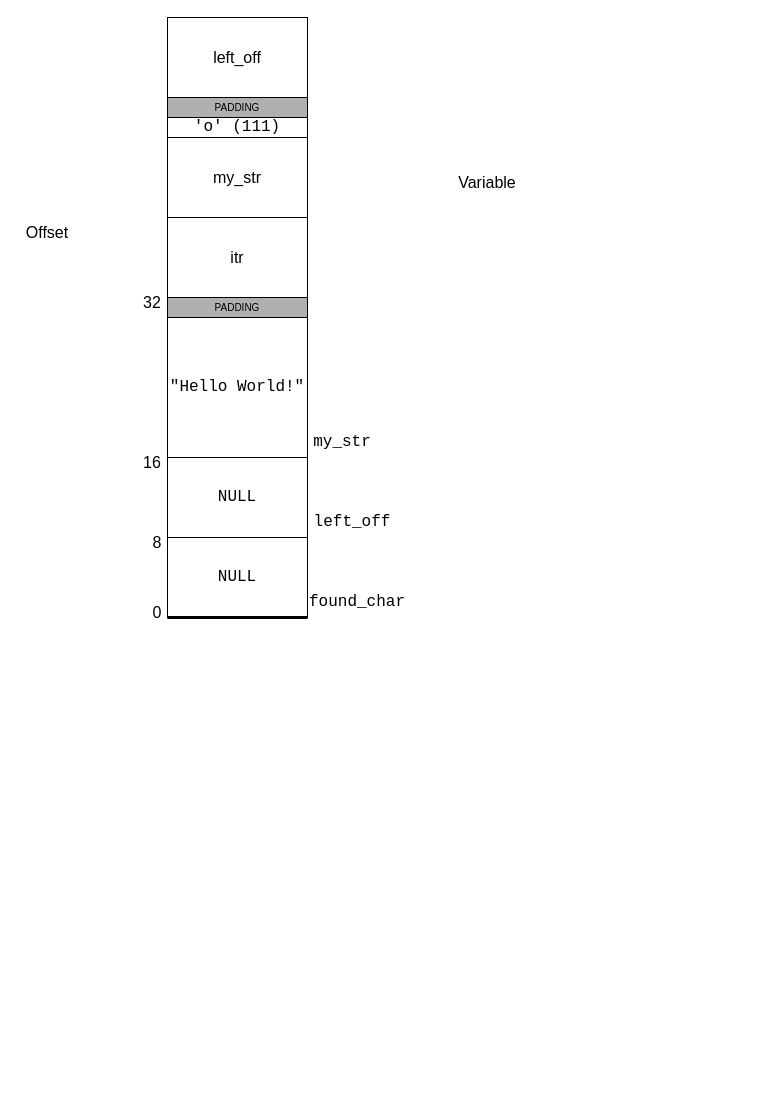
z-adams/Tutorials keeps this draw.io diagram as Pointers/diagrams/fullstack.drawio. Above is the earlier version. Source tidied: cells renumbered, new cells numbered last; positions are measured from the earlier drawing's top-left corner, leaving out a move shared by most shapes. Both pictures are drawn from the tidied source at 100%, with x=0, y=0 at pixel (17, 17).
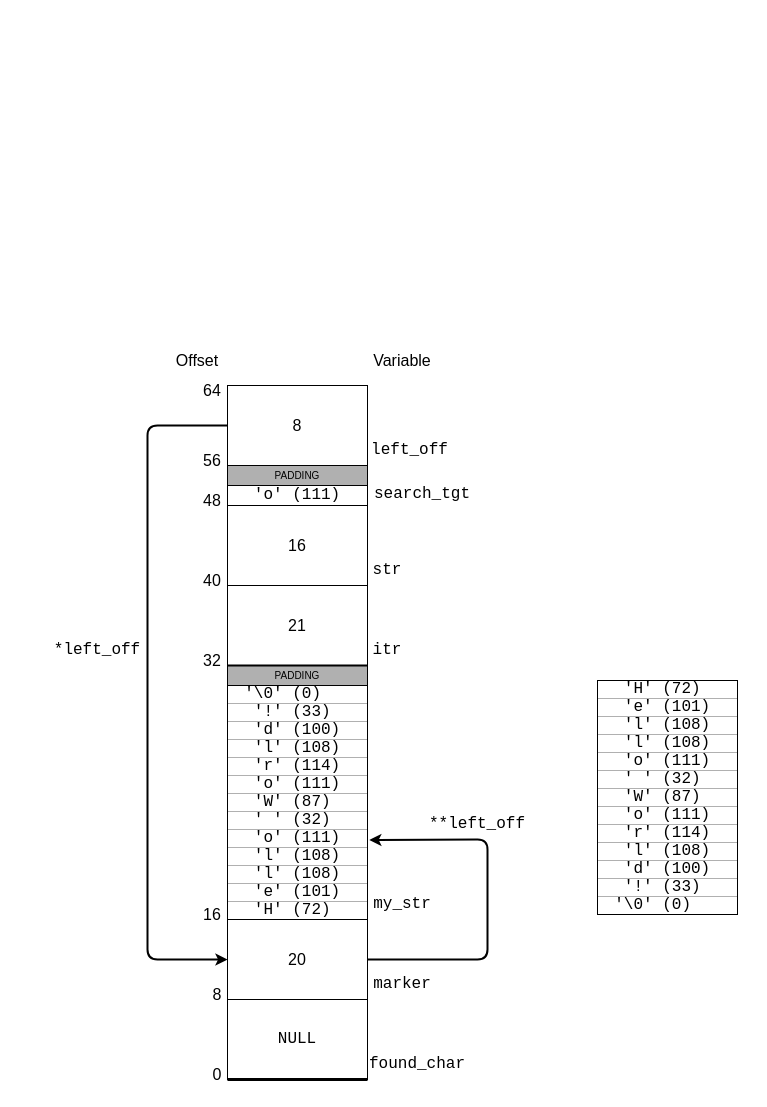
The same diagram, later.

Commit message (it also covers changes not shown here):
Added stack diagrams

The edit, as a diff of the source:
```diff
@@
     <mxCell id="2" value="&lt;pre&gt;NULL&lt;/pre&gt;" style="rounded=0;whiteSpace=wrap;html=1;fontSize=16;" parent="1" vertex="1">
-      <mxGeometry x="150" y="520" width="140" height="80" as="geometry" />
+      <mxGeometry x="210" y="982" width="140" height="80" as="geometry" />
     </mxCell>
-    <mxCell id="3" value="&lt;pre&gt;NULL&lt;/pre&gt;" style="rounded=0;whiteSpace=wrap;html=1;fontSize=16;" parent="1" vertex="1">
-      <mxGeometry x="150" y="440" width="140" height="80" as="geometry" />
+    <mxCell id="3" value="20" style="rounded=0;whiteSpace=wrap;html=1;fontSize=16;" parent="1" vertex="1">
+      <mxGeometry x="210" y="902" width="140" height="80" as="geometry" />
     </mxCell>
-    <mxCell id="4" value="&lt;pre&gt;&quot;Hello World!&quot;&lt;/pre&gt;" style="rounded=0;whiteSpace=wrap;html=1;fontSize=16;" parent="1" vertex="1">
-      <mxGeometry x="150" y="300" width="140" height="140" as="geometry" />
-    </mxCell>
     <mxCell id="5" value="PADDING" style="rounded=0;whiteSpace=wrap;html=1;fillColor=#B0B0B0;fontSize=10;" parent="1" vertex="1">
-      <mxGeometry x="150" y="280" width="140" height="20" as="geometry" />
+      <mxGeometry x="210" y="648" width="140" height="20" as="geometry" />
     </mxCell>
     <mxCell id="6" value="Offset" style="text;html=1;strokeColor=none;fillColor=none;align=center;verticalAlign=middle;whiteSpace=wrap;rounded=0;fontSize=16;" parent="1" vertex="1">
-      <mxGeometry y="200" width="60" height="30" as="geometry" />
+      <mxGeometry x="150" y="328" width="60" height="30" as="geometry" />
     </mxCell>
     <mxCell id="7" value="0" style="text;html=1;strokeColor=none;fillColor=none;align=center;verticalAlign=middle;whiteSpace=wrap;rounded=0;fontSize=16;" parent="1" vertex="1">
-      <mxGeometry x="130" y="580" width="20" height="30" as="geometry" />
+      <mxGeometry x="190" y="1042" width="20" height="30" as="geometry" />
     </mxCell>
     <mxCell id="8" value="8" style="text;html=1;strokeColor=none;fillColor=none;align=center;verticalAlign=middle;whiteSpace=wrap;rounded=0;fontSize=16;" parent="1" vertex="1">
-      <mxGeometry x="130" y="510" width="20" height="30" as="geometry" />
+      <mxGeometry x="190" y="962" width="20" height="30" as="geometry" />
     </mxCell>
     <mxCell id="9" value="16" style="text;html=1;strokeColor=none;fillColor=none;align=center;verticalAlign=middle;whiteSpace=wrap;rounded=0;fontSize=16;" parent="1" vertex="1">
-      <mxGeometry x="120" y="430" width="30" height="30" as="geometry" />
+      <mxGeometry x="180" y="882" width="30" height="30" as="geometry" />
     </mxCell>
     <mxCell id="10" value="32" style="text;html=1;strokeColor=none;fillColor=none;align=center;verticalAlign=middle;whiteSpace=wrap;rounded=0;fontSize=16;" parent="1" vertex="1">
-      <mxGeometry x="120" y="270" width="30" height="30" as="geometry" />
+      <mxGeometry x="180" y="628" width="30" height="30" as="geometry" />
     </mxCell>
     <mxCell id="11" value="Variable" style="text;html=1;strokeColor=none;fillColor=none;align=center;verticalAlign=middle;whiteSpace=wrap;rounded=0;fontSize=16;" parent="1" vertex="1">
-      <mxGeometry x="435" y="150" width="70" height="30" as="geometry" />
+      <mxGeometry x="350" y="328" width="70" height="30" as="geometry" />
     </mxCell>
     <mxCell id="12" value="&lt;pre&gt;my_str&lt;/pre&gt;" style="text;html=1;strokeColor=none;fillColor=none;align=center;verticalAlign=middle;whiteSpace=wrap;rounded=0;fontSize=16;" parent="1" vertex="1">
-      <mxGeometry x="300" y="410" width="50" height="30" as="geometry" />
+      <mxGeometry x="360" y="872" width="50" height="30" as="geometry" />
     </mxCell>
-    <mxCell id="13" value="&lt;pre&gt;left_off&lt;/pre&gt;" style="text;html=1;strokeColor=none;fillColor=none;align=center;verticalAlign=middle;whiteSpace=wrap;rounded=0;fontSize=16;" parent="1" vertex="1">
-      <mxGeometry x="320" y="490" width="30" height="30" as="geometry" />
+    <mxCell id="13" value="&lt;pre&gt;marker&lt;/pre&gt;" style="text;html=1;strokeColor=none;fillColor=none;align=center;verticalAlign=middle;whiteSpace=wrap;rounded=0;fontSize=16;" parent="1" vertex="1">
+      <mxGeometry x="350" y="952" width="70" height="30" as="geometry" />
     </mxCell>
     <mxCell id="14" value="&lt;pre&gt;found_char&lt;/pre&gt;" style="text;html=1;strokeColor=none;fillColor=none;align=center;verticalAlign=middle;whiteSpace=wrap;rounded=0;fontSize=16;" parent="1" vertex="1">
-      <mxGeometry x="330" y="570" width="20" height="30" as="geometry" />
+      <mxGeometry x="390" y="1032" width="20" height="30" as="geometry" />
     </mxCell>
@@
-    <mxCell id="16" value="left_off" style="rounded=0;whiteSpace=wrap;html=1;fontSize=16;" parent="1" vertex="1">
-      <mxGeometry x="150" width="140" height="80" as="geometry" />
+    <mxCell id="16" value="8" style="rounded=0;whiteSpace=wrap;html=1;fontSize=16;fillColor=#FFFFFF;" parent="1" vertex="1">
+      <mxGeometry x="210" y="368" width="140" height="80" as="geometry" />
     </mxCell>
     <mxCell id="17" value="&lt;pre&gt;'o' (111)&lt;/pre&gt;" style="rounded=0;whiteSpace=wrap;html=1;fontSize=16;" parent="1" vertex="1">
-      <mxGeometry x="150" y="100" width="140" height="20" as="geometry" />
+      <mxGeometry x="210" y="468" width="140" height="20" as="geometry" />
     </mxCell>
-    <mxCell id="18" value="itr" style="rounded=0;whiteSpace=wrap;html=1;fontSize=16;" parent="1" vertex="1">
-      <mxGeometry x="150" y="200" width="140" height="80" as="geometry" />
+    <mxCell id="18" value="21" style="rounded=0;whiteSpace=wrap;html=1;fontSize=16;fillColor=#FFFFFF;" parent="1" vertex="1">
+      <mxGeometry x="210" y="568" width="140" height="80" as="geometry" />
     </mxCell>
-    <mxCell id="19" value="my_str" style="rounded=0;whiteSpace=wrap;html=1;fontSize=16;" parent="1" vertex="1">
-      <mxGeometry x="150" y="120" width="140" height="80" as="geometry" />
+    <mxCell id="19" value="16" style="rounded=0;whiteSpace=wrap;html=1;fontSize=16;fillColor=#FFFFFF;" parent="1" vertex="1">
+      <mxGeometry x="210" y="488" width="140" height="80" as="geometry" />
     </mxCell>
     <mxCell id="20" value="PADDING" style="rounded=0;whiteSpace=wrap;html=1;fillColor=#B0B0B0;fontSize=10;" parent="1" vertex="1">
-      <mxGeometry x="150" y="80" width="140" height="20" as="geometry" />
+      <mxGeometry x="210" y="448" width="140" height="20" as="geometry" />
     </mxCell>
+    <mxCell id="21" style="endArrow=none;html=1;strokeWidth=2;exitX=0;exitY=0;exitDx=0;exitDy=0;entryX=1;entryY=1;entryDx=0;entryDy=0;" parent="1" edge="1" source="5" target="18">
+      <mxGeometry relative="1" as="geometry" />
+    </mxCell>
+    <mxCell id="22" value="40" style="text;html=1;strokeColor=none;fillColor=none;align=center;verticalAlign=middle;whiteSpace=wrap;rounded=0;fontSize=16;" parent="1" vertex="1">
+      <mxGeometry x="180" y="548" width="30" height="30" as="geometry" />
+    </mxCell>
+    <mxCell id="23" value="48" style="text;html=1;strokeColor=none;fillColor=none;align=center;verticalAlign=middle;whiteSpace=wrap;rounded=0;fontSize=16;" parent="1" vertex="1">
+      <mxGeometry x="180" y="468" width="30" height="30" as="geometry" />
+    </mxCell>
+    <mxCell id="24" value="56" style="text;html=1;strokeColor=none;fillColor=none;align=center;verticalAlign=middle;whiteSpace=wrap;rounded=0;fontSize=16;" parent="1" vertex="1">
+      <mxGeometry x="180" y="428" width="30" height="30" as="geometry" />
+    </mxCell>
+    <mxCell id="25" value="64" style="text;html=1;strokeColor=none;fillColor=none;align=center;verticalAlign=middle;whiteSpace=wrap;rounded=0;fontSize=16;" parent="1" vertex="1">
+      <mxGeometry x="180" y="358" width="30" height="30" as="geometry" />
+    </mxCell>
+    <mxCell id="26" style="group;" parent="1" vertex="1">
+      <mxGeometry x="580" y="663" width="140" height="244" as="geometry" />
+    </mxCell>
+    <mxCell id="27" value="&lt;blockquote&gt;&lt;pre&gt;&lt;font style=&quot;font-size: 16px&quot;&gt;'H' (&lt;/font&gt;&lt;font style=&quot;font-size: 16px&quot;&gt;72) &lt;/font&gt;&lt;/pre&gt;&lt;/blockquote&gt;" style="rounded=0;whiteSpace=wrap;html=1;fontSize=16;align=center;verticalAlign=middle;strokeColor=#B0B0B0;" parent="26" vertex="1">
+      <mxGeometry width="140" height="18" as="geometry" />
+    </mxCell>
+    <mxCell id="28" value="&lt;pre&gt;&lt;font style=&quot;font-size: 16px&quot;&gt;'e' (&lt;/font&gt;&lt;font style=&quot;font-size: 16px&quot;&gt;101)&lt;/font&gt;&lt;/pre&gt;" style="rounded=0;whiteSpace=wrap;html=1;fontSize=16;align=center;strokeColor=#B0B0B0;" parent="26" vertex="1">
+      <mxGeometry y="18" width="140" height="18" as="geometry" />
+    </mxCell>
+    <mxCell id="29" value="&lt;pre&gt;&lt;font style=&quot;font-size: 16px&quot;&gt;'l' (&lt;/font&gt;&lt;font style=&quot;font-size: 16px&quot;&gt;108)&lt;/font&gt;&lt;/pre&gt;" style="rounded=0;whiteSpace=wrap;html=1;fontSize=16;align=center;strokeColor=#B0B0B0;" parent="26" vertex="1">
+      <mxGeometry y="36" width="140" height="18" as="geometry" />
+    </mxCell>
+    <mxCell id="30" value="&lt;pre&gt;&lt;font style=&quot;font-size: 16px&quot;&gt;'l' (&lt;/font&gt;&lt;font style=&quot;font-size: 16px&quot;&gt;108)&lt;/font&gt;&lt;/pre&gt;" style="rounded=0;whiteSpace=wrap;html=1;fontSize=16;align=center;strokeColor=#B0B0B0;" parent="26" vertex="1">
+      <mxGeometry y="54" width="140" height="18" as="geometry" />
+    </mxCell>
+    <mxCell id="31" value="&lt;pre&gt;&lt;font style=&quot;font-size: 16px&quot;&gt;'o' (111&lt;/font&gt;&lt;font style=&quot;font-size: 16px&quot;&gt;)&lt;/font&gt;&lt;/pre&gt;" style="rounded=0;whiteSpace=wrap;html=1;fontSize=16;align=center;strokeColor=#B0B0B0;" parent="26" vertex="1">
+      <mxGeometry y="72" width="140" height="18" as="geometry" />
+    </mxCell>
+    <mxCell id="32" value="&lt;pre&gt;&lt;font style=&quot;font-size: 16px&quot;&gt;' ' (32&lt;/font&gt;&lt;font style=&quot;font-size: 16px&quot;&gt;) &lt;/font&gt;&lt;/pre&gt;" style="rounded=0;whiteSpace=wrap;html=1;fontSize=16;align=center;strokeColor=#B0B0B0;" parent="26" vertex="1">
+      <mxGeometry y="90" width="140" height="18" as="geometry" />
+    </mxCell>
+    <mxCell id="33" value="&lt;pre&gt;&lt;font style=&quot;font-size: 16px&quot;&gt;'W' (87&lt;/font&gt;&lt;font style=&quot;font-size: 16px&quot;&gt;) &lt;/font&gt;&lt;/pre&gt;" style="rounded=0;whiteSpace=wrap;html=1;fontSize=16;align=center;strokeColor=#B0B0B0;" parent="26" vertex="1">
+      <mxGeometry y="108" width="140" height="18" as="geometry" />
+    </mxCell>
+    <mxCell id="34" value="&lt;pre&gt;&lt;font style=&quot;font-size: 16px&quot;&gt;'o' (111&lt;/font&gt;&lt;font style=&quot;font-size: 16px&quot;&gt;)&lt;/font&gt;&lt;/pre&gt;" style="rounded=0;whiteSpace=wrap;html=1;fontSize=16;align=center;strokeColor=#B0B0B0;" parent="26" vertex="1">
+      <mxGeometry y="126" width="140" height="18" as="geometry" />
+    </mxCell>
+    <mxCell id="35" value="&lt;pre&gt;&lt;font style=&quot;font-size: 16px&quot;&gt;'r' (114&lt;/font&gt;&lt;font style=&quot;font-size: 16px&quot;&gt;)&lt;/font&gt;&lt;/pre&gt;" style="rounded=0;whiteSpace=wrap;html=1;fontSize=16;align=center;strokeColor=#B0B0B0;" parent="26" vertex="1">
+      <mxGeometry y="144" width="140" height="18" as="geometry" />
+    </mxCell>
+    <mxCell id="36" value="&lt;pre&gt;&lt;font style=&quot;font-size: 16px&quot;&gt;'l' (108&lt;/font&gt;&lt;font style=&quot;font-size: 16px&quot;&gt;)&lt;/font&gt;&lt;/pre&gt;" style="rounded=0;whiteSpace=wrap;html=1;fontSize=16;align=center;strokeColor=#B0B0B0;" parent="26" vertex="1">
+      <mxGeometry y="162" width="140" height="18" as="geometry" />
+    </mxCell>
+    <mxCell id="37" value="&lt;pre&gt;&lt;font style=&quot;font-size: 16px&quot;&gt;'d' (100&lt;/font&gt;&lt;font style=&quot;font-size: 16px&quot;&gt;)&lt;/font&gt;&lt;/pre&gt;" style="rounded=0;whiteSpace=wrap;html=1;fontSize=16;align=center;strokeColor=#B0B0B0;" parent="26" vertex="1">
+      <mxGeometry y="180" width="140" height="18" as="geometry" />
+    </mxCell>
+    <mxCell id="38" value="&lt;pre&gt;&lt;font style=&quot;font-size: 16px&quot;&gt;'!' (33&lt;/font&gt;&lt;font style=&quot;font-size: 16px&quot;&gt;) &lt;/font&gt;&lt;/pre&gt;" style="rounded=0;whiteSpace=wrap;html=1;fontSize=16;align=center;strokeColor=#B0B0B0;" parent="26" vertex="1">
+      <mxGeometry y="198" width="140" height="18" as="geometry" />
+    </mxCell>
+    <mxCell id="39" value="&lt;pre&gt;&lt;font style=&quot;font-size: 16px&quot;&gt;'\0' (0&lt;/font&gt;&lt;font style=&quot;font-size: 16px&quot;&gt;)   &lt;/font&gt;&lt;/pre&gt;" style="rounded=0;whiteSpace=wrap;html=1;fontSize=16;align=center;strokeColor=#B0B0B0;" parent="26" vertex="1">
+      <mxGeometry y="216" width="140" height="18" as="geometry" />
+    </mxCell>
+    <mxCell id="40" style="rounded=0;whiteSpace=wrap;html=1;align=center;fillColor=none;" parent="26" vertex="1">
+      <mxGeometry width="140" height="234" as="geometry" />
+    </mxCell>
+    <mxCell id="41" style="group;" parent="1" vertex="1">
+      <mxGeometry x="210" y="668" width="140" height="234" as="geometry" />
+    </mxCell>
+    <mxCell id="42" value="&lt;blockquote&gt;&lt;pre&gt;&lt;font style=&quot;font-size: 16px&quot;&gt;'H' (&lt;/font&gt;&lt;font style=&quot;font-size: 16px&quot;&gt;72) &lt;/font&gt;&lt;/pre&gt;&lt;/blockquote&gt;" style="rounded=0;whiteSpace=wrap;html=1;fontSize=16;align=center;verticalAlign=middle;strokeColor=#B0B0B0;" parent="41" vertex="1">
+      <mxGeometry y="216" width="140" height="18" as="geometry" />
+    </mxCell>
+    <mxCell id="43" value="&lt;pre&gt;&lt;font style=&quot;font-size: 16px&quot;&gt;'e' (&lt;/font&gt;&lt;font style=&quot;font-size: 16px&quot;&gt;101)&lt;/font&gt;&lt;/pre&gt;" style="rounded=0;whiteSpace=wrap;html=1;fontSize=16;align=center;strokeColor=#B0B0B0;" parent="41" vertex="1">
+      <mxGeometry y="198" width="140" height="18" as="geometry" />
+    </mxCell>
+    <mxCell id="44" value="&lt;pre&gt;&lt;font style=&quot;font-size: 16px&quot;&gt;'l' (&lt;/font&gt;&lt;font style=&quot;font-size: 16px&quot;&gt;108)&lt;/font&gt;&lt;/pre&gt;" style="rounded=0;whiteSpace=wrap;html=1;fontSize=16;align=center;strokeColor=#B0B0B0;" parent="41" vertex="1">
+      <mxGeometry y="180" width="140" height="18" as="geometry" />
+    </mxCell>
+    <mxCell id="45" value="&lt;pre&gt;&lt;font style=&quot;font-size: 16px&quot;&gt;'l' (&lt;/font&gt;&lt;font style=&quot;font-size: 16px&quot;&gt;108)&lt;/font&gt;&lt;/pre&gt;" style="rounded=0;whiteSpace=wrap;html=1;fontSize=16;align=center;strokeColor=#B0B0B0;" parent="41" vertex="1">
+      <mxGeometry y="162" width="140" height="18" as="geometry" />
+    </mxCell>
+    <mxCell id="46" value="&lt;pre&gt;&lt;font style=&quot;font-size: 16px&quot;&gt;'o' (111&lt;/font&gt;&lt;font style=&quot;font-size: 16px&quot;&gt;)&lt;/font&gt;&lt;/pre&gt;" style="rounded=0;whiteSpace=wrap;html=1;fontSize=16;align=center;strokeColor=#B0B0B0;" parent="41" vertex="1">
+      <mxGeometry y="144" width="140" height="18" as="geometry" />
+    </mxCell>
+    <mxCell id="47" value="&lt;pre&gt;&lt;font style=&quot;font-size: 16px&quot;&gt;' ' (32&lt;/font&gt;&lt;font style=&quot;font-size: 16px&quot;&gt;) &lt;/font&gt;&lt;/pre&gt;" style="rounded=0;whiteSpace=wrap;html=1;fontSize=16;align=center;strokeColor=#B0B0B0;" parent="41" vertex="1">
+      <mxGeometry y="126" width="140" height="18" as="geometry" />
+    </mxCell>
+    <mxCell id="48" value="&lt;pre&gt;&lt;font style=&quot;font-size: 16px&quot;&gt;'W' (87&lt;/font&gt;&lt;font style=&quot;font-size: 16px&quot;&gt;) &lt;/font&gt;&lt;/pre&gt;" style="rounded=0;whiteSpace=wrap;html=1;fontSize=16;align=center;strokeColor=#B0B0B0;" parent="41" vertex="1">
+      <mxGeometry y="108" width="140" height="18" as="geometry" />
+    </mxCell>
+    <mxCell id="49" value="&lt;pre&gt;&lt;font style=&quot;font-size: 16px&quot;&gt;'o' (111&lt;/font&gt;&lt;font style=&quot;font-size: 16px&quot;&gt;)&lt;/font&gt;&lt;/pre&gt;" style="rounded=0;whiteSpace=wrap;html=1;fontSize=16;align=center;strokeColor=#B0B0B0;" parent="41" vertex="1">
+      <mxGeometry y="90" width="140" height="18" as="geometry" />
+    </mxCell>
+    <mxCell id="50" value="&lt;pre&gt;&lt;font style=&quot;font-size: 16px&quot;&gt;'r' (114&lt;/font&gt;&lt;font style=&quot;font-size: 16px&quot;&gt;)&lt;/font&gt;&lt;/pre&gt;" style="rounded=0;whiteSpace=wrap;html=1;fontSize=16;align=center;strokeColor=#B0B0B0;" parent="41" vertex="1">
+      <mxGeometry y="72" width="140" height="18" as="geometry" />
+    </mxCell>
+    <mxCell id="51" value="&lt;pre&gt;&lt;font style=&quot;font-size: 16px&quot;&gt;'l' (108&lt;/font&gt;&lt;font style=&quot;font-size: 16px&quot;&gt;)&lt;/font&gt;&lt;/pre&gt;" style="rounded=0;whiteSpace=wrap;html=1;fontSize=16;align=center;strokeColor=#B0B0B0;" parent="41" vertex="1">
+      <mxGeometry y="54" width="140" height="18" as="geometry" />
+    </mxCell>
+    <mxCell id="52" value="&lt;pre&gt;&lt;font style=&quot;font-size: 16px&quot;&gt;'d' (100&lt;/font&gt;&lt;font style=&quot;font-size: 16px&quot;&gt;)&lt;/font&gt;&lt;/pre&gt;" style="rounded=0;whiteSpace=wrap;html=1;fontSize=16;align=center;strokeColor=#B0B0B0;" parent="41" vertex="1">
+      <mxGeometry y="36" width="140" height="18" as="geometry" />
+    </mxCell>
+    <mxCell id="53" value="&lt;pre&gt;&lt;font style=&quot;font-size: 16px&quot;&gt;'!' (33&lt;/font&gt;&lt;font style=&quot;font-size: 16px&quot;&gt;) &lt;/font&gt;&lt;/pre&gt;" style="rounded=0;whiteSpace=wrap;html=1;fontSize=16;align=center;strokeColor=#B0B0B0;" parent="41" vertex="1">
+      <mxGeometry y="18" width="140" height="18" as="geometry" />
+    </mxCell>
+    <mxCell id="54" value="&lt;pre&gt;&lt;font style=&quot;font-size: 16px&quot;&gt;'\0' (0&lt;/font&gt;&lt;font style=&quot;font-size: 16px&quot;&gt;)   &lt;/font&gt;&lt;/pre&gt;" style="rounded=0;whiteSpace=wrap;html=1;fontSize=16;align=center;strokeColor=#B0B0B0;" parent="41" vertex="1">
+      <mxGeometry width="140" height="18" as="geometry" />
+    </mxCell>
+    <mxCell id="55" style="rounded=0;whiteSpace=wrap;html=1;align=center;fillColor=none;" parent="41" vertex="1">
+      <mxGeometry width="140" height="234" as="geometry" />
+    </mxCell>
+    <mxCell id="56" value="&lt;pre&gt;itr&lt;/pre&gt;" style="text;html=1;strokeColor=none;fillColor=none;align=center;verticalAlign=middle;whiteSpace=wrap;rounded=0;fontSize=16;" parent="1" vertex="1">
+      <mxGeometry x="350" y="618" width="40" height="30" as="geometry" />
+    </mxCell>
+    <mxCell id="57" value="&lt;pre&gt;str&lt;/pre&gt;" style="text;html=1;strokeColor=none;fillColor=none;align=center;verticalAlign=middle;whiteSpace=wrap;rounded=0;fontSize=16;" parent="1" vertex="1">
+      <mxGeometry x="350" y="538" width="40" height="30" as="geometry" />
+    </mxCell>
+    <mxCell id="58" value="&lt;div&gt;&lt;pre&gt;search_tgt&lt;/pre&gt;&lt;/div&gt;" style="text;html=1;strokeColor=none;fillColor=none;align=center;verticalAlign=middle;whiteSpace=wrap;rounded=0;fontSize=16;" parent="1" vertex="1">
+      <mxGeometry x="350" y="462" width="110" height="30" as="geometry" />
+    </mxCell>
+    <mxCell id="59" value="&lt;pre&gt;left_off&lt;/pre&gt;" style="text;html=1;strokeColor=none;fillColor=none;align=center;verticalAlign=middle;whiteSpace=wrap;rounded=0;fontSize=16;" parent="1" vertex="1">
+      <mxGeometry x="350" y="418" width="85" height="30" as="geometry" />
+    </mxCell>
+    <mxCell id="60" style="endArrow=classic;html=1;strokeWidth=2;exitX=0;exitY=0.5;exitDx=0;exitDy=0;entryX=0;entryY=0.5;entryDx=0;entryDy=0;" parent="1" edge="1" source="16" target="3">
+      <mxGeometry relative="1" as="geometry">
+        <Array as="points">
+          <mxPoint x="130" y="408" />
+          <mxPoint x="130" y="942" />
+        </Array>
+      </mxGeometry>
+    </mxCell>
+    <mxCell id="61" value="&lt;pre&gt;*left_off&lt;/pre&gt;" style="text;html=1;strokeColor=none;fillColor=none;align=center;verticalAlign=middle;whiteSpace=wrap;rounded=0;fontSize=16;" parent="1" vertex="1">
+      <mxGeometry x="30" y="618" width="100" height="30" as="geometry" />
+    </mxCell>
+    <mxCell id="62" style="endArrow=classic;html=1;strokeWidth=2;exitX=1;exitY=0.5;exitDx=0;exitDy=0;entryX=1.013;entryY=0.66;entryDx=0;entryDy=0;entryPerimeter=0;" parent="1" edge="1" source="3" target="55">
+      <mxGeometry relative="1" as="geometry">
+        <Array as="points">
+          <mxPoint x="470" y="942" />
+          <mxPoint x="470" y="822" />
+        </Array>
+      </mxGeometry>
+    </mxCell>
+    <mxCell id="63" value="&lt;pre&gt;**left_off&lt;/pre&gt;" style="text;html=1;strokeColor=none;fillColor=none;align=center;verticalAlign=middle;whiteSpace=wrap;rounded=0;fontSize=16;" parent="1" vertex="1">
+      <mxGeometry x="410" y="792" width="100" height="30" as="geometry" />
+    </mxCell>
```
